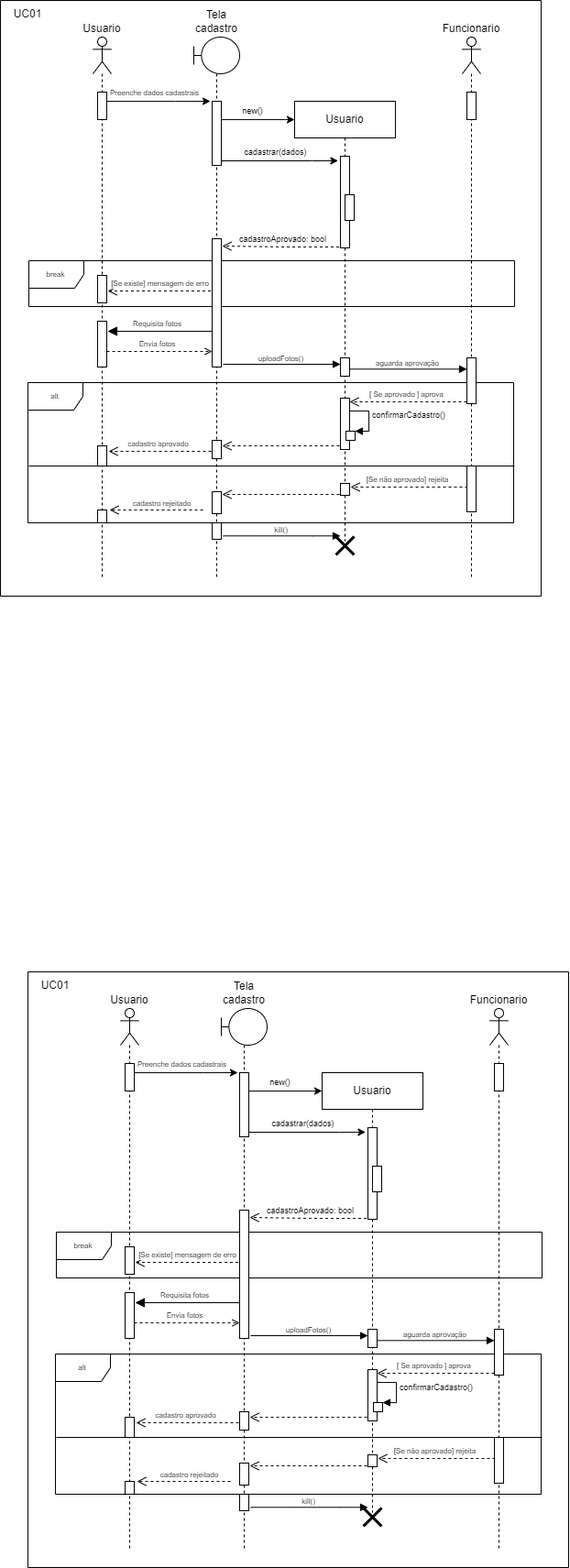
EijiDogen/BrainForHire keeps this draw.io diagram as diagramasDeSequenciaCompletos/1. CadastraNoSistemaR1.drawio.png. Above is the earlier version. Source tidied: cells renumbered, new cells last; positions are measured from the earlier drawing's top-left corner, leaving out a move shared by most shapes.
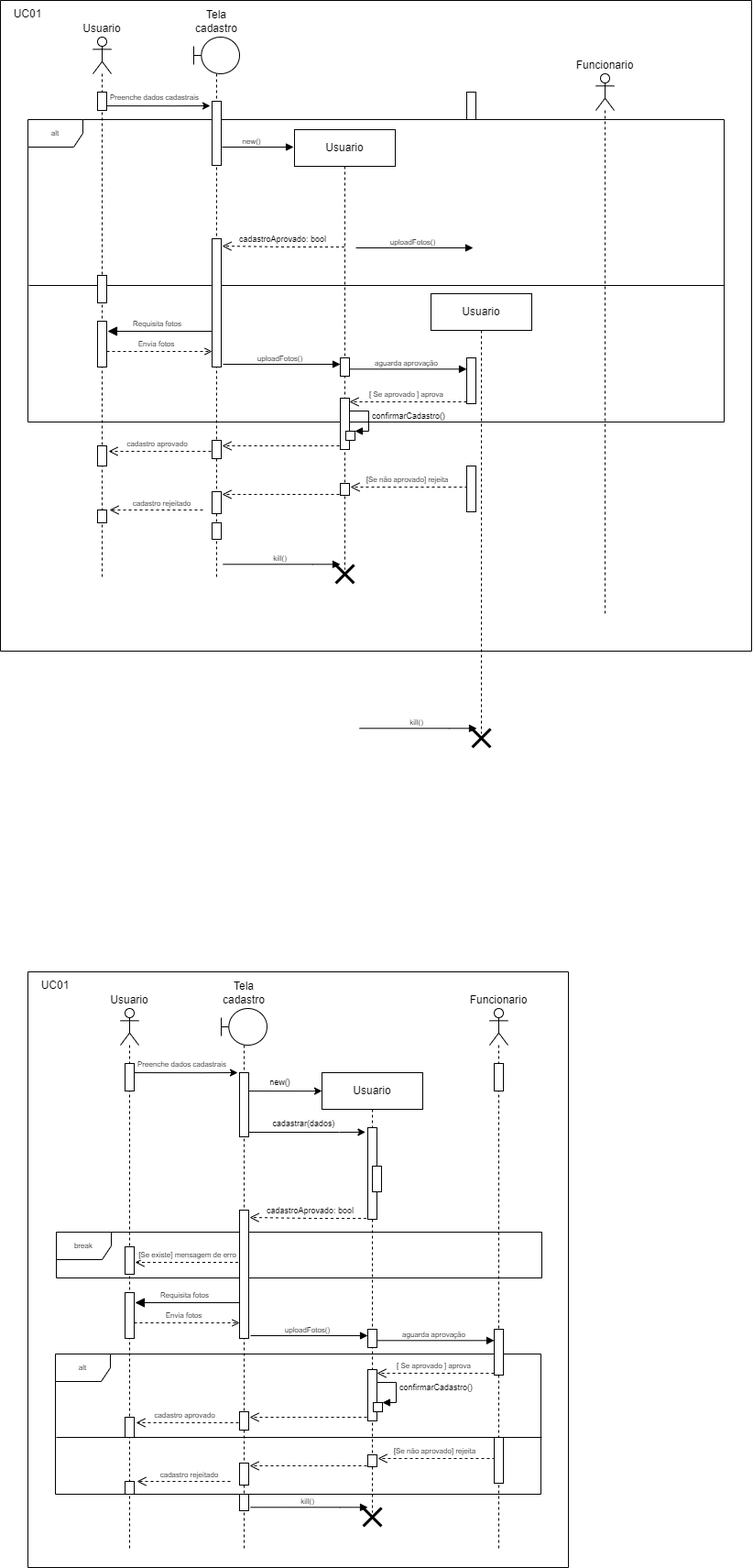
Above is the later version.

Diff of the diagram source:
```diff
@@ -2,21 +2,32 @@
   <root>
     <mxCell id="0" />
     <mxCell id="1" value="Frames" parent="0" />
-    <mxCell id="2" value="break" style="shape=umlFrame;whiteSpace=wrap;html=1;fontSize=8;" parent="1" vertex="1">
-      <mxGeometry x="31" y="284" width="530" height="50" as="geometry" />
-    </mxCell>
     <mxCell id="3" value="Requisita fotos" style="html=1;verticalAlign=bottom;endArrow=block;endSize=8;rounded=0;fontSize=8;endFill=1;" parent="1" edge="1">
       <mxGeometry x="0.09" relative="1" as="geometry">
         <mxPoint x="235.5" y="361" as="sourcePoint" />
         <mxPoint x="117" y="361" as="targetPoint" />
       </mxGeometry>
     </mxCell>
+    <mxCell id="5" style="line;strokeWidth=1;fillColor=none;align=left;verticalAlign=middle;spacingTop=-1;spacingLeft=3;spacingRight=3;labelPosition=right;" parent="1" vertex="1">
+      <mxGeometry x="31" y="307" width="759" height="8" as="geometry" />
+    </mxCell>
     <mxCell id="4" value="alt" style="shape=umlFrame;whiteSpace=wrap;html=1;fontSize=8;" parent="1" vertex="1">
-      <mxGeometry x="30" y="417" width="530" height="153" as="geometry" />
+      <mxGeometry x="30" y="130" width="760" height="330" as="geometry" />
     </mxCell>
-    <mxCell id="5" style="line;strokeWidth=1;fillColor=none;align=left;verticalAlign=middle;spacingTop=-1;spacingLeft=3;spacingRight=3;labelPosition=right;" parent="1" vertex="1">
-      <mxGeometry x="31" y="504" width="530" height="8" as="geometry" />
-    </mxCell>
+    <mxCell id="115" style="edgeStyle=orthogonalEdgeStyle;rounded=0;orthogonalLoop=1;jettySize=auto;html=1;endArrow=block;endFill=1;" parent="1" edge="1">
+      <mxGeometry relative="1" as="geometry">
+        <mxPoint x="242" y="160" as="sourcePoint" />
+        <mxPoint x="320" y="160" as="targetPoint" />
+        <Array as="points">
+          <mxPoint x="242" y="160" />
+        </Array>
+      </mxGeometry>
+    </mxCell>
+    <mxCell id="20" value="new()" style="edgeLabel;html=1;align=center;verticalAlign=middle;fontSize=8;" parent="115" vertex="1">
+      <mxGeometry x="0.19" y="-3" relative="1" as="geometry">
+        <mxPoint x="-14" y="-10" as="offset" />
+      </mxGeometry>
+    </mxCell>
     <mxCell id="6" value="Atores" parent="0" />
     <mxCell id="7" value="Usuario" style="shape=umlLifeline;participant=umlActor;perimeter=lifelinePerimeter;whiteSpace=wrap;html=1;verticalAlign=bottom;spacingTop=36;labelPosition=center;verticalLabelPosition=top;align=center;" parent="6" vertex="1">
       <mxGeometry x="101" y="40" width="20" height="590" as="geometry" />
@@ -25,10 +36,10 @@
       <mxGeometry x="211" y="40" width="50" height="590" as="geometry" />
     </mxCell>
     <mxCell id="9" value="Funcionario&lt;br&gt;" style="shape=umlLifeline;participant=umlActor;perimeter=lifelinePerimeter;whiteSpace=wrap;html=1;verticalAlign=bottom;spacingTop=36;labelPosition=center;verticalLabelPosition=top;align=center;" parent="6" vertex="1">
-      <mxGeometry x="504" y="40" width="20" height="590" as="geometry" />
+      <mxGeometry x="650" y="80" width="20" height="590" as="geometry" />
     </mxCell>
     <mxCell id="10" value="Usuario" style="shape=umlLifeline;perimeter=lifelinePerimeter;whiteSpace=wrap;html=1;" parent="6" vertex="1">
-      <mxGeometry x="321" y="110" width="110" height="480" as="geometry" />
+      <mxGeometry x="321" y="141" width="110" height="480" as="geometry" />
     </mxCell>
     <mxCell id="11" value="verificarExiste()" style="edgeStyle=orthogonalEdgeStyle;html=1;align=left;spacingLeft=2;endArrow=block;rounded=0;entryX=1;entryY=0;fontSize=9;" parent="10" edge="1">
       <mxGeometry relative="1" as="geometry">
@@ -56,6 +67,49 @@
     <mxCell id="14" style="shape=umlDestroy;whiteSpace=wrap;html=1;strokeWidth=3;" parent="10" vertex="1">
       <mxGeometry x="45" y="475" width="20" height="20" as="geometry" />
     </mxCell>
+    <mxCell id="116" value="Usuario" style="shape=umlLifeline;perimeter=lifelinePerimeter;whiteSpace=wrap;html=1;" parent="6" vertex="1">
+      <mxGeometry x="470" y="320" width="110" height="480" as="geometry" />
+    </mxCell>
+    <mxCell id="117" value="verificarExiste()" style="edgeStyle=orthogonalEdgeStyle;html=1;align=left;spacingLeft=2;endArrow=block;rounded=0;entryX=1;entryY=0;fontSize=9;" parent="116" edge="1">
+      <mxGeometry relative="1" as="geometry">
+        <mxPoint x="55" y="80" as="sourcePoint" />
+        <Array as="points">
+          <mxPoint x="80" y="80" />
+        </Array>
+      </mxGeometry>
+    </mxCell>
+    <mxCell id="118" style="edgeStyle=orthogonalEdgeStyle;rounded=0;orthogonalLoop=1;jettySize=auto;html=1;endArrow=block;endFill=1;" parent="116" edge="1">
+      <mxGeometry relative="1" as="geometry">
+        <mxPoint x="-78" y="474.3" as="sourcePoint" />
+        <mxPoint x="50" y="474.3" as="targetPoint" />
+        <Array as="points">
+          <mxPoint x="20" y="474.3" />
+          <mxPoint x="20" y="474.3" />
+        </Array>
+      </mxGeometry>
+    </mxCell>
+    <mxCell id="119" value="kill()" style="edgeLabel;html=1;align=center;verticalAlign=middle;fontSize=8;" parent="118" vertex="1">
+      <mxGeometry x="0.19" y="-3" relative="1" as="geometry">
+        <mxPoint x="-14" y="-10" as="offset" />
+      </mxGeometry>
+    </mxCell>
+    <mxCell id="120" style="shape=umlDestroy;whiteSpace=wrap;html=1;strokeWidth=3;" parent="116" vertex="1">
+      <mxGeometry x="45" y="475" width="20" height="20" as="geometry" />
+    </mxCell>
+    <mxCell id="121" style="edgeStyle=orthogonalEdgeStyle;rounded=0;orthogonalLoop=1;jettySize=auto;html=1;endArrow=block;endFill=1;" parent="6" edge="1">
+      <mxGeometry relative="1" as="geometry">
+        <mxPoint x="388" y="270" as="sourcePoint" />
+        <mxPoint x="516" y="270" as="targetPoint" />
+        <Array as="points">
+          <mxPoint x="388" y="270" />
+        </Array>
+      </mxGeometry>
+    </mxCell>
+    <mxCell id="122" value="uploadFotos()" style="edgeLabel;html=1;align=center;verticalAlign=middle;fontSize=8;" parent="121" vertex="1">
+      <mxGeometry x="0.19" y="-3" relative="1" as="geometry">
+        <mxPoint x="-14" y="-10" as="offset" />
+      </mxGeometry>
+    </mxCell>
     <mxCell id="15" value="Mensagens" parent="0" />
     <mxCell id="16" value="confirmarCadastro()" style="edgeStyle=orthogonalEdgeStyle;html=1;align=left;spacingLeft=2;endArrow=block;rounded=0;entryX=1;entryY=0;fontSize=9;" parent="15" edge="1">
       <mxGeometry relative="1" as="geometry">
@@ -68,11 +122,11 @@
     </mxCell>
     <mxCell id="17" style="edgeStyle=orthogonalEdgeStyle;rounded=0;orthogonalLoop=1;jettySize=auto;html=1;" parent="15" edge="1">
       <mxGeometry relative="1" as="geometry">
-        <mxPoint x="110.3" y="110.1" as="sourcePoint" />
-        <mxPoint x="229" y="110" as="targetPoint" />
+        <mxPoint x="110.3" y="115.1" as="sourcePoint" />
+        <mxPoint x="229" y="115" as="targetPoint" />
         <Array as="points">
-          <mxPoint x="191" y="110" />
-          <mxPoint x="191" y="110" />
+          <mxPoint x="191" y="115" />
+          <mxPoint x="191" y="115" />
         </Array>
       </mxGeometry>
     </mxCell>
@@ -81,26 +135,6 @@
         <mxPoint x="3" y="-8" as="offset" />
       </mxGeometry>
     </mxCell>
-    <mxCell id="19" style="edgeStyle=orthogonalEdgeStyle;rounded=0;orthogonalLoop=1;jettySize=auto;html=1;fontSize=9;" parent="15" edge="1">
-      <mxGeometry relative="1" as="geometry">
-        <mxPoint x="235.3" y="130.1" as="sourcePoint" />
-        <mxPoint x="321" y="130" as="targetPoint" />
-        <Array as="points">
-          <mxPoint x="311" y="130" />
-        </Array>
-      </mxGeometry>
-    </mxCell>
-    <mxCell id="20" value="new()" style="edgeLabel;html=1;align=center;verticalAlign=middle;fontSize=9;" parent="19" vertex="1">
-      <mxGeometry x="-0.11" y="1" relative="1" as="geometry">
-        <mxPoint y="-9" as="offset" />
-      </mxGeometry>
-    </mxCell>
-    <mxCell id="21" value="[Se existe] mensagem de erro" style="html=1;verticalAlign=bottom;endArrow=open;dashed=1;endSize=8;rounded=0;fontSize=8;" parent="15" edge="1">
-      <mxGeometry x="0.04" relative="1" as="geometry">
-        <mxPoint x="235.5" y="317" as="sourcePoint" />
-        <mxPoint x="117" y="317" as="targetPoint" />
-      </mxGeometry>
-    </mxCell>
     <mxCell id="22" value="Envia fotos" style="html=1;verticalAlign=bottom;endArrow=open;rounded=0;fontSize=8;endFill=0;dashed=1;" parent="15" edge="1">
       <mxGeometry x="-0.04" relative="1" as="geometry">
         <mxPoint x="116" y="383" as="sourcePoint" />
@@ -191,21 +225,6 @@
         <mxPoint x="-17" y="-7" as="offset" />
       </mxGeometry>
     </mxCell>
-    <mxCell id="34" style="edgeStyle=orthogonalEdgeStyle;rounded=0;orthogonalLoop=1;jettySize=auto;html=1;fontSize=9;entryX=-0.252;entryY=0.049;entryDx=0;entryDy=0;entryPerimeter=0;" parent="15" edge="1">
-      <mxGeometry relative="1" as="geometry">
-        <mxPoint x="235.8" y="175" as="sourcePoint" />
-        <mxPoint x="368.5" y="174.9" as="targetPoint" />
-        <Array as="points">
-          <mxPoint x="340" y="175" />
-          <mxPoint x="340" y="175" />
-        </Array>
-      </mxGeometry>
-    </mxCell>
-    <mxCell id="35" value="cadastrar(dados)" style="edgeLabel;html=1;align=center;verticalAlign=middle;fontSize=9;" parent="34" vertex="1">
-      <mxGeometry x="0.31" y="-2" relative="1" as="geometry">
-        <mxPoint x="-23" y="-12" as="offset" />
-      </mxGeometry>
-    </mxCell>
     <mxCell id="36" value="cadastroAprovado: bool" style="html=1;verticalAlign=bottom;endArrow=open;dashed=1;endSize=8;rounded=0;fontSize=9;" parent="15" edge="1">
       <mxGeometry relative="1" as="geometry">
         <mxPoint x="375.5" y="269" as="sourcePoint" />
@@ -217,7 +236,7 @@
     </mxCell>
     <mxCell id="37" value="Ativadores" parent="0" />
     <mxCell id="38" style="html=1;perimeter=orthogonalPerimeter;fontSize=9;" parent="37" vertex="1">
-      <mxGeometry x="106" y="100" width="10" height="30" as="geometry" />
+      <mxGeometry x="106" y="100" width="10" height="20" as="geometry" />
     </mxCell>
     <mxCell id="39" style="html=1;perimeter=orthogonalPerimeter;fontSize=9;" parent="37" vertex="1">
       <mxGeometry x="106" y="300" width="10" height="30" as="geometry" />
@@ -234,9 +253,6 @@
     <mxCell id="43" style="html=1;perimeter=orthogonalPerimeter;fontSize=9;" parent="37" vertex="1">
       <mxGeometry x="371" y="390" width="10" height="20" as="geometry" />
     </mxCell>
-    <mxCell id="44" style="html=1;perimeter=orthogonalPerimeter;fontSize=9;" parent="37" vertex="1">
-      <mxGeometry x="371" y="170" width="10" height="100" as="geometry" />
-    </mxCell>
     <mxCell id="45" style="html=1;perimeter=orthogonalPerimeter;fontSize=9;" parent="37" vertex="1">
       <mxGeometry x="509" y="100" width="10" height="30" as="geometry" />
     </mxCell>
@@ -270,12 +286,9 @@
     <mxCell id="55" style="html=1;perimeter=orthogonalPerimeter;fontSize=9;" parent="37" vertex="1">
       <mxGeometry x="509" y="390" width="10" height="50" as="geometry" />
     </mxCell>
-    <mxCell id="56" style="html=1;perimeter=orthogonalPerimeter;fontSize=9;" parent="37" vertex="1">
-      <mxGeometry x="376" y="212" width="10" height="28" as="geometry" />
-    </mxCell>
     <mxCell id="57" value="Contorno" parent="0" />
-    <mxCell id="58" style="swimlane;startSize=0;" parent="57" vertex="1">
-      <mxGeometry width="590" height="650" as="geometry" />
+    <mxCell id="58" style="swimlane;startSize=0;fillColor=#FFFFFF;gradientColor=none;" parent="57" vertex="1">
+      <mxGeometry width="820" height="710" as="geometry" />
     </mxCell>
     <mxCell id="59" value="UC01" style="text;html=1;strokeColor=none;fillColor=none;align=center;verticalAlign=middle;whiteSpace=wrap;rounded=0;" parent="58" vertex="1">
       <mxGeometry width="60" height="30" as="geometry" />
```
